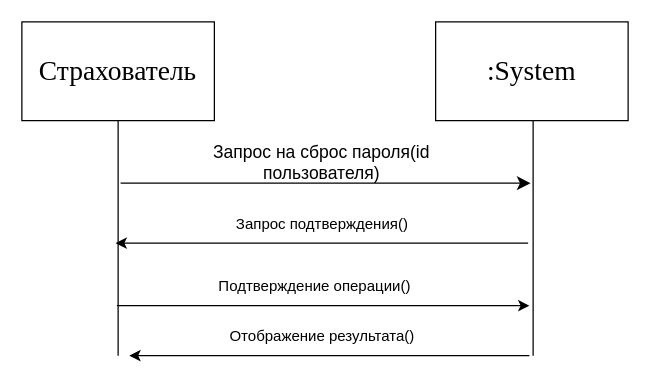
Above: page "Сброс пароля" (6 of 10) of src/main/resources/documentation/Диаграммы последовательностей системы ВИ.drawio in VladBaton/vlk (draw.io), before the change. Source tidied: cells renumbered, new cells numbered last; positions are measured from the earlier drawing's top-left corner, leaving out a move shared by most shapes. Both pictures are drawn from the tidied source at 125%, with x=0, y=0 at pixel (21, 21).
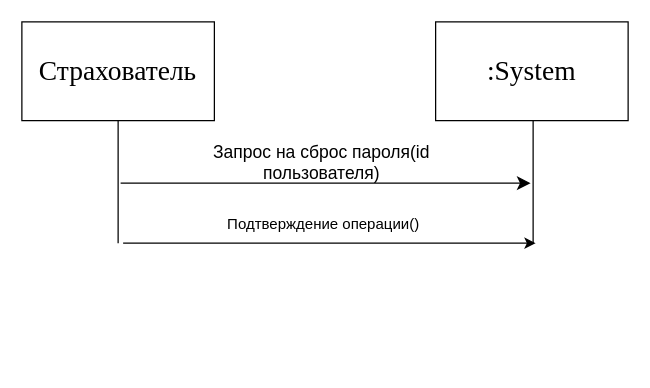
The same page after the edit.

Change to the diagram source:
```diff
@@
 <mxGraphModel>
   <root>
     <mxCell id="0" />
     <mxCell id="1" parent="0" />
     <mxCell id="2" value="Страхователь" style="rounded=0;whiteSpace=wrap;html=1;fontFamily=Times New Roman;fontSize=22;" parent="1" vertex="1">
       <mxGeometry width="154" height="79" as="geometry" />
     </mxCell>
     <mxCell id="3" value=":System" style="rounded=0;whiteSpace=wrap;html=1;fontFamily=Times New Roman;fontSize=22;" parent="1" vertex="1">
       <mxGeometry x="331" width="154" height="79" as="geometry" />
     </mxCell>
     <mxCell id="4" style="endArrow=none;html=1;rounded=0;fontSize=12;startSize=8;endSize=8;curved=1;entryX=0.5;entryY=1;entryDx=0;entryDy=0;" parent="1" edge="1" target="2">
       <mxGeometry relative="1" as="geometry">
-        <mxPoint x="77" y="267" as="sourcePoint" />
+        <mxPoint x="77" y="177" as="sourcePoint" />
       </mxGeometry>
     </mxCell>
     <mxCell id="5" style="endArrow=none;html=1;rounded=0;fontSize=12;startSize=8;endSize=8;curved=1;entryX=0.5;entryY=1;entryDx=0;entryDy=0;" parent="1" edge="1">
       <mxGeometry relative="1" as="geometry">
-        <mxPoint x="409" y="267" as="sourcePoint" />
+        <mxPoint x="409" y="177" as="sourcePoint" />
         <mxPoint x="409" y="79" as="targetPoint" />
       </mxGeometry>
     </mxCell>
     <mxCell id="6" style="endArrow=classic;html=1;rounded=0;fontSize=12;startSize=8;endSize=8;curved=1;" parent="1" edge="1">
       <mxGeometry relative="1" as="geometry">
         <mxPoint x="79" y="129" as="sourcePoint" />
         <mxPoint x="407" y="129" as="targetPoint" />
       </mxGeometry>
     </mxCell>
     <mxCell id="7" value="Запрос на сброс пароля(id пользователя)" style="text;html=1;align=center;verticalAlign=middle;whiteSpace=wrap;rounded=0;fontSize=14;" parent="1" vertex="1">
       <mxGeometry x="136" y="97" width="208" height="30" as="geometry" />
     </mxCell>
-    <mxCell id="8" style="endArrow=classic;html=1;rounded=0;" parent="1" edge="1">
-      <mxGeometry relative="1" as="geometry">
-        <mxPoint x="405" y="177" as="sourcePoint" />
-        <mxPoint x="75" y="177" as="targetPoint" />
-      </mxGeometry>
-    </mxCell>
-    <mxCell id="9" value="Запрос подтверждения()" style="text;html=1;align=center;verticalAlign=middle;strokeColor=none;fillColor=none;" parent="1" vertex="1">
-      <mxGeometry x="160" y="147" width="160" height="30" as="geometry" />
-    </mxCell>
     <mxCell id="10" style="endArrow=classic;html=1;rounded=0;" parent="1" edge="1">
       <mxGeometry relative="1" as="geometry">
-        <mxPoint x="76" y="227" as="sourcePoint" />
-        <mxPoint x="406" y="227" as="targetPoint" />
+        <mxPoint x="81" y="177" as="sourcePoint" />
+        <mxPoint x="411" y="177" as="targetPoint" />
       </mxGeometry>
     </mxCell>
     <mxCell id="11" value="Подтверждение операции()" style="text;html=1;align=center;verticalAlign=middle;strokeColor=none;fillColor=none;" parent="1" vertex="1">
-      <mxGeometry x="144" y="197" width="180" height="30" as="geometry" />
+      <mxGeometry x="151" y="147" width="180" height="30" as="geometry" />
     </mxCell>
-    <mxCell id="12" style="endArrow=classic;html=1;rounded=0;" parent="1" edge="1">
-      <mxGeometry relative="1" as="geometry">
-        <mxPoint x="406" y="267" as="sourcePoint" />
-        <mxPoint x="86" y="267" as="targetPoint" />
-      </mxGeometry>
-    </mxCell>
-    <mxCell id="13" value="Отображение результата()" style="text;html=1;align=center;verticalAlign=middle;strokeColor=none;fillColor=none;" parent="1" vertex="1">
-      <mxGeometry x="155" y="237" width="170" height="30" as="geometry" />
-    </mxCell>
   </root>
 </mxGraphModel>
```
